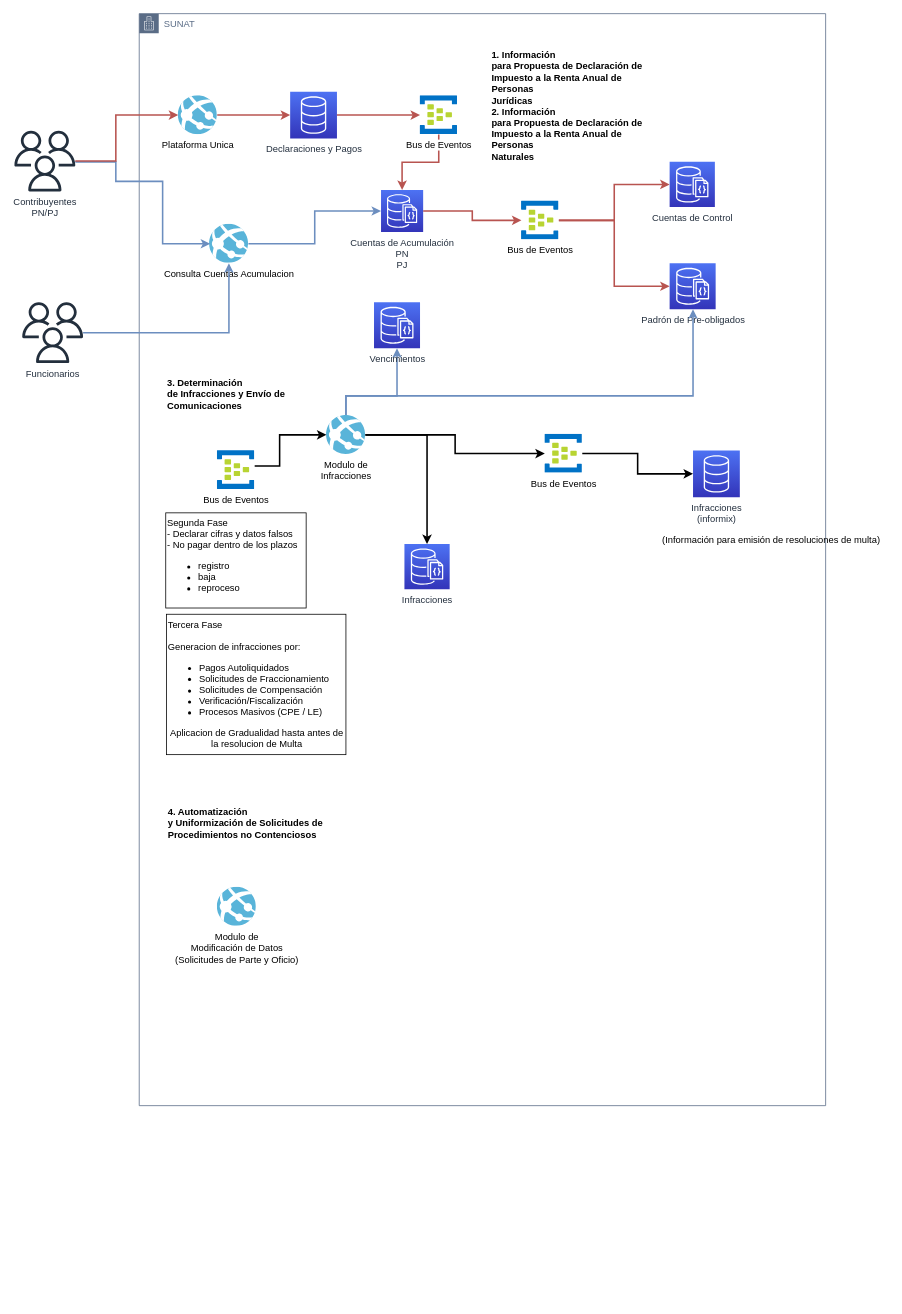
This is Diagrama Arquitectura CU 2022.drawio from skynet25/cuentaunica, a draw.io file, before an edit. Source tidied: cells renumbered, new cells numbered last; positions are measured from the earlier drawing's top-left corner, leaving out a move shared by most shapes. Both pictures are drawn from the tidied source at 78%, with x=0, y=0 at pixel (14, 13).
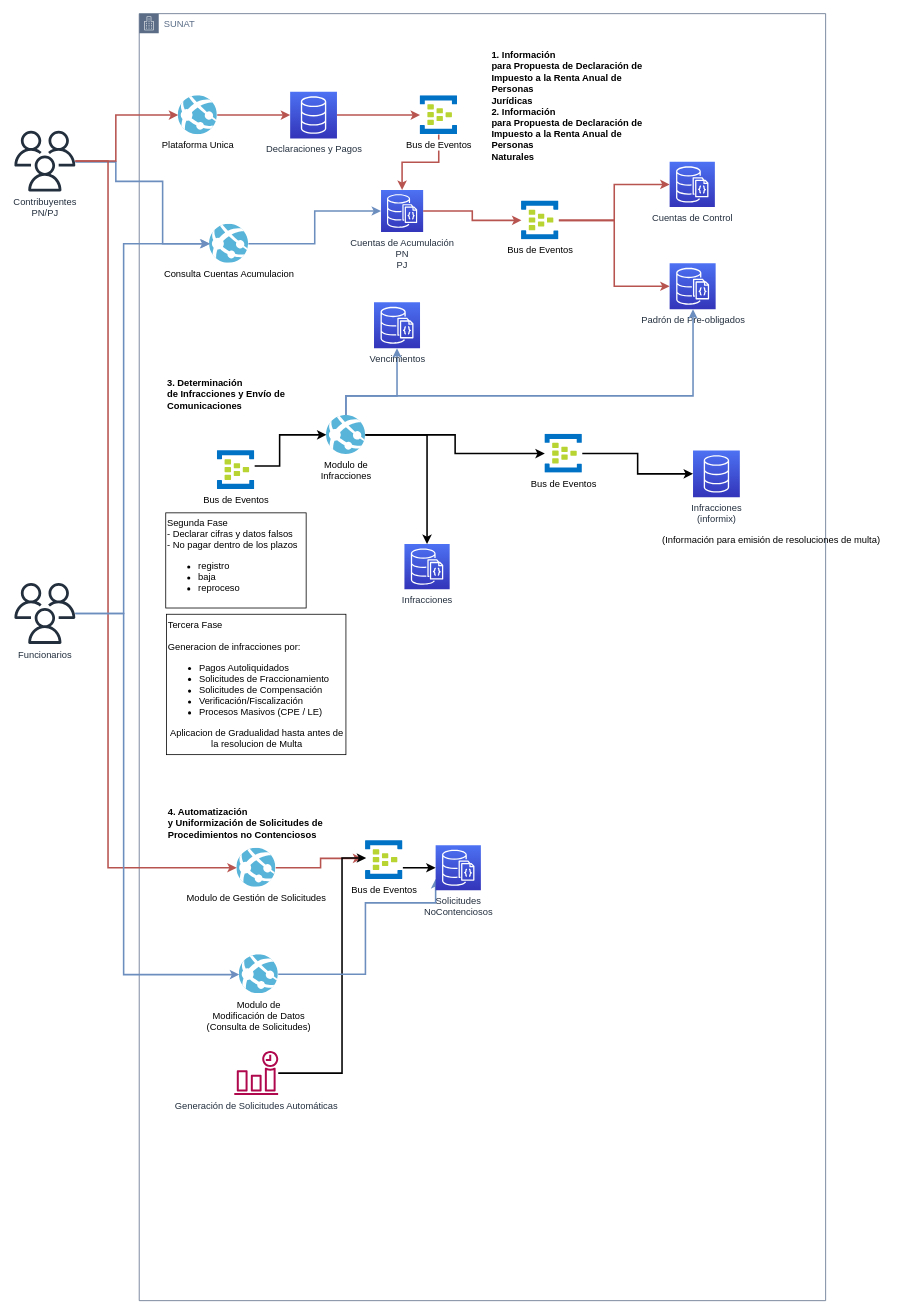
The same page after the edit.

The change refers to these unchanged cells:
```xml
<mxCell id="8" value="Consulta Cuentas Acumulacion" style="sketch=0;html=1;points=[];align=center;image;fontSize=12;image=img/lib/mscae/App_Services.svg;" parent="2" vertex="1">
  <mxGeometry x="90" y="270" width="50" height="50" as="geometry" />
</mxCell>
<mxCell id="39" value="Contribuyentes&lt;br&gt;PN/PJ" style="sketch=0;outlineConnect=0;fontColor=#232F3E;gradientColor=none;fillColor=#232F3D;strokeColor=none;dashed=0;verticalLabelPosition=bottom;verticalAlign=top;align=center;html=1;fontSize=12;fontStyle=0;shape=mxgraph.aws4.users;" parent="1" vertex="1">
  <mxGeometry y="150" width="78" height="78" as="geometry" />
</mxCell>
```

What changed in the source:
```diff
@@
     <mxCell id="2" value="SUNAT" style="gradientColor=none;html=1;whiteSpace=wrap;fontSize=12;fontStyle=0;shape=mxgraph.aws4.group;grIcon=mxgraph.aws4.group_corporate_data_center;strokeColor=#5A6C86;fillColor=none;verticalAlign=top;align=left;spacingLeft=30;fontColor=#5A6C86;dashed=0;" parent="1" vertex="1">
-      <mxGeometry x="160" width="880" height="1400" as="geometry" />
+      <mxGeometry x="160" width="880" height="1650" as="geometry" />
     </mxCell>
@@
+    <mxCell id="42" style="edgeStyle=orthogonalEdgeStyle;rounded=0;jettySize=auto;html=1;entryX=-0.083;entryY=0.46;entryDx=0;entryDy=0;entryPerimeter=0;strokeWidth=2;fillColor=#f8cecc;strokeColor=#b85450;" parent="2" edge="1" source="30" target="49">
+      <mxGeometry relative="1" as="geometry" />
+    </mxCell>
-    <mxCell id="30" value="Modulo de &lt;br&gt;Modificación de Datos&lt;br&gt;(Solicitudes de Parte y Oficio)" style="sketch=0;html=1;points=[];align=center;image;fontSize=12;image=img/lib/mscae/App_Services.svg;" parent="2" vertex="1">
-      <mxGeometry x="100" y="1120" width="50" height="50" as="geometry" />
+    <mxCell id="30" value="Modulo de Gestión de Solicitudes" style="sketch=0;html=1;points=[];align=center;image;fontSize=12;image=img/lib/mscae/App_Services.svg;" parent="2" vertex="1">
+      <mxGeometry x="125" y="1070" width="50" height="50" as="geometry" />
     </mxCell>
@@
+    <mxCell id="43" style="edgeStyle=orthogonalEdgeStyle;rounded=0;jettySize=auto;html=1;entryX=0.021;entryY=0.45;entryDx=0;entryDy=0;entryPerimeter=0;strokeWidth=2;" parent="2" edge="1" source="44" target="49">
+      <mxGeometry relative="1" as="geometry">
+        <Array as="points">
+          <mxPoint x="260" y="1358" />
+          <mxPoint x="260" y="1083" />
+        </Array>
+      </mxGeometry>
+    </mxCell>
+    <mxCell id="44" value="Generación de Solicitudes Automáticas" style="sketch=0;outlineConnect=0;fontColor=#232F3E;gradientColor=none;fillColor=#B0084D;strokeColor=none;dashed=0;verticalLabelPosition=bottom;verticalAlign=top;align=center;html=1;fontSize=12;fontStyle=0;shape=mxgraph.aws4.event_time_based;" parent="2" vertex="1">
+      <mxGeometry x="121.8" y="1330" width="56.5" height="56.5" as="geometry" />
+    </mxCell>
+    <mxCell id="45" style="edgeStyle=orthogonalEdgeStyle;rounded=0;jettySize=auto;html=1;entryX=0;entryY=0.75;entryDx=0;entryDy=0;entryPerimeter=0;strokeWidth=2;fillColor=#dae8fc;strokeColor=#6c8ebf;" parent="2" edge="1" source="46" target="47">
+      <mxGeometry relative="1" as="geometry">
+        <Array as="points">
+          <mxPoint x="290" y="1232" />
+          <mxPoint x="290" y="1140" />
+          <mxPoint x="380" y="1140" />
+        </Array>
+      </mxGeometry>
+    </mxCell>
+    <mxCell id="46" value="Modulo de &lt;br&gt;Modificación de Datos&lt;br&gt;(Consulta de Solicitudes)" style="sketch=0;html=1;points=[];align=center;image;fontSize=12;image=img/lib/mscae/App_Services.svg;" parent="2" vertex="1">
+      <mxGeometry x="128.2" y="1206.5" width="50" height="50" as="geometry" />
+    </mxCell>
+    <mxCell id="47" value="Solicitudes&lt;br&gt;NoContenciosos" style="sketch=0;points=[[0,0,0],[0.25,0,0],[0.5,0,0],[0.75,0,0],[1,0,0],[0,1,0],[0.25,1,0],[0.5,1,0],[0.75,1,0],[1,1,0],[0,0.25,0],[0,0.5,0],[0,0.75,0],[1,0.25,0],[1,0.5,0],[1,0.75,0]];outlineConnect=0;fontColor=#232F3E;gradientColor=#4D72F3;gradientDirection=north;fillColor=#3334B9;strokeColor=#ffffff;dashed=0;verticalLabelPosition=bottom;verticalAlign=top;align=center;html=1;fontSize=12;fontStyle=0;shape=mxgraph.aws4.resourceIcon;resIcon=mxgraph.aws4.documentdb_with_mongodb_compatibility;" parent="2" vertex="1">
+      <mxGeometry x="380" y="1066" width="58" height="58" as="geometry" />
+    </mxCell>
+    <mxCell id="48" style="edgeStyle=orthogonalEdgeStyle;rounded=0;jettySize=auto;html=1;entryX=0;entryY=0.5;entryDx=0;entryDy=0;entryPerimeter=0;strokeWidth=2;" parent="2" edge="1" source="49" target="47">
+      <mxGeometry relative="1" as="geometry">
+        <Array as="points">
+          <mxPoint x="360" y="1095" />
+        </Array>
+      </mxGeometry>
+    </mxCell>
+    <mxCell id="49" value="Bus de Eventos" style="sketch=0;html=1;points=[];align=center;image;fontSize=12;image=img/lib/mscae/Event_Hubs.svg;" parent="2" vertex="1">
+      <mxGeometry x="290" y="1060" width="48" height="50" as="geometry" />
+    </mxCell>
@@
+    <mxCell id="50" style="edgeStyle=orthogonalEdgeStyle;rounded=0;jettySize=auto;html=1;strokeWidth=2;fillColor=#f8cecc;strokeColor=#b85450;" parent="1" edge="1" source="39" target="30">
+      <mxGeometry relative="1" as="geometry">
+        <Array as="points">
+          <mxPoint x="120" y="189" />
+          <mxPoint x="120" y="1095" />
+        </Array>
+      </mxGeometry>
+    </mxCell>
@@
     <mxCell id="40" style="edgeStyle=orthogonalEdgeStyle;rounded=0;jettySize=auto;html=1;fillColor=#dae8fc;strokeColor=#6c8ebf;strokeWidth=2;" parent="1" edge="1" source="41" target="8">
-      <mxGeometry relative="1" as="geometry" />
+      <mxGeometry relative="1" as="geometry">
+        <Array as="points">
+          <mxPoint x="140" y="769" />
+          <mxPoint x="140" y="295" />
+        </Array>
+      </mxGeometry>
     </mxCell>
+    <mxCell id="51" style="edgeStyle=orthogonalEdgeStyle;rounded=0;jettySize=auto;html=1;strokeWidth=2;strokeColor=#6c8ebf;fillColor=#dae8fc;" parent="1" edge="1" source="41" target="46">
+      <mxGeometry relative="1" as="geometry">
+        <Array as="points">
+          <mxPoint x="140" y="769" />
+          <mxPoint x="140" y="1232" />
+        </Array>
+      </mxGeometry>
+    </mxCell>
     <mxCell id="41" value="Funcionarios" style="sketch=0;outlineConnect=0;fontColor=#232F3E;gradientColor=none;fillColor=#232F3D;strokeColor=none;dashed=0;verticalLabelPosition=bottom;verticalAlign=top;align=center;html=1;fontSize=12;fontStyle=0;shape=mxgraph.aws4.users;" parent="1" vertex="1">
-      <mxGeometry x="10" y="370" width="78" height="78" as="geometry" />
+      <mxGeometry y="730" width="78" height="78" as="geometry" />
     </mxCell>
```
